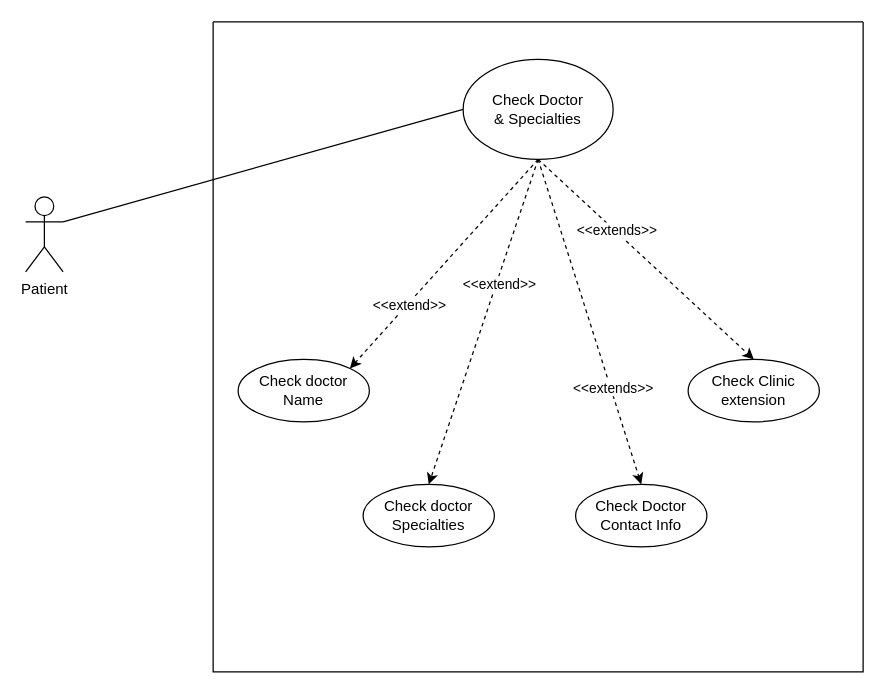
Above: Check Doc & specia.drawio in H0ud1nii/GFHMS (draw.io), before the change. Source tidied: cells renumbered, new cells numbered last; positions are measured from the earlier drawing's top-left corner, leaving out a move shared by most shapes. Both pictures are drawn from the tidied source at 125%, with x=0, y=0 at pixel (25, 21).
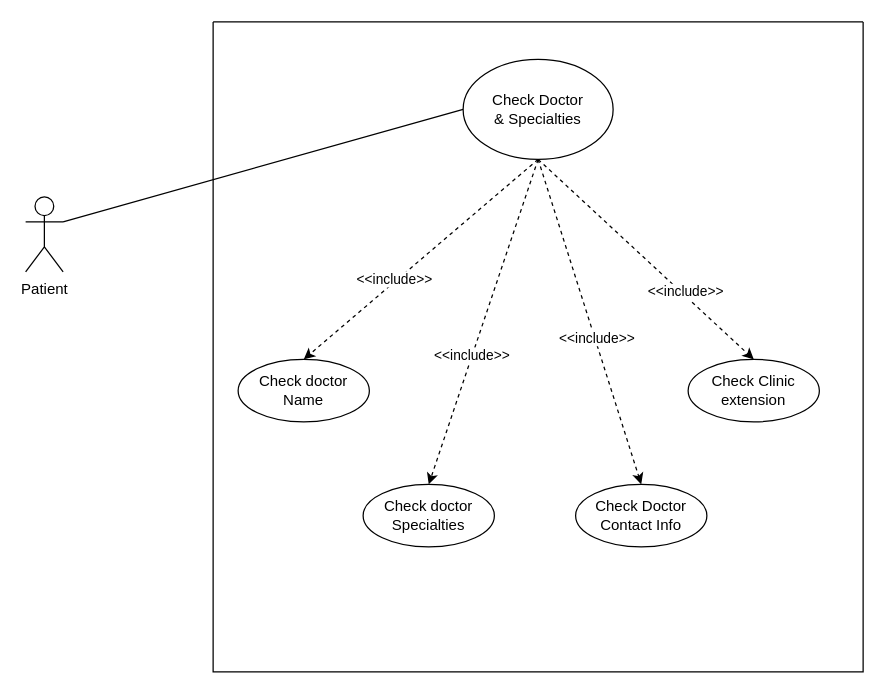
The same page after the edit.

The edit, as a diff of the source:
```diff
@@
 <mxGraphModel>
   <root>
     <mxCell id="0" />
     <mxCell id="1" parent="0" />
-    <mxCell id="2" style="swimlane;startSize=0;" parent="1" vertex="1">
+    <mxCell id="2" style="swimlane;startSize=0;sketch=0;" parent="1" vertex="1">
       <mxGeometry x="150" width="520" height="520" as="geometry" />
     </mxCell>
-    <mxCell id="3" value="&lt;div&gt;Check Clinic &lt;br&gt;&lt;/div&gt;&lt;div&gt;extension &lt;br&gt;&lt;/div&gt;" style="ellipse;whiteSpace=wrap;html=1;" parent="2" vertex="1">
+    <mxCell id="3" value="&lt;div&gt;Check Clinic &lt;br&gt;&lt;/div&gt;&lt;div&gt;extension &lt;br&gt;&lt;/div&gt;" style="ellipse;whiteSpace=wrap;html=1;sketch=0;" parent="2" vertex="1">
       <mxGeometry x="380" y="270" width="105" height="50" as="geometry" />
     </mxCell>
-    <mxCell id="4" value="Check doctor Specialties " style="ellipse;whiteSpace=wrap;html=1;" parent="2" vertex="1">
+    <mxCell id="4" value="Check doctor Specialties " style="ellipse;whiteSpace=wrap;html=1;sketch=0;" parent="2" vertex="1">
       <mxGeometry x="120" y="370" width="105" height="50" as="geometry" />
     </mxCell>
-    <mxCell id="5" value="Check doctor Name" style="ellipse;whiteSpace=wrap;html=1;" parent="2" vertex="1">
+    <mxCell id="5" value="Check doctor Name" style="ellipse;whiteSpace=wrap;html=1;sketch=0;" parent="2" vertex="1">
       <mxGeometry x="20" y="270" width="105" height="50" as="geometry" />
     </mxCell>
-    <mxCell id="6" value="&lt;div&gt;Check Doctor&lt;/div&gt;&lt;div&gt;Contact Info&lt;br&gt;&lt;/div&gt;" style="ellipse;whiteSpace=wrap;html=1;" parent="2" vertex="1">
+    <mxCell id="6" value="&lt;div&gt;Check Doctor&lt;/div&gt;&lt;div&gt;Contact Info&lt;br&gt;&lt;/div&gt;" style="ellipse;whiteSpace=wrap;html=1;sketch=0;" parent="2" vertex="1">
       <mxGeometry x="290" y="370" width="105" height="50" as="geometry" />
     </mxCell>
-    <mxCell id="7" value="&lt;div&gt;Check Doctor&lt;/div&gt;&lt;div&gt;&amp;amp; Specialties &lt;br&gt;&lt;/div&gt;" style="ellipse;whiteSpace=wrap;html=1;" parent="2" vertex="1">
+    <mxCell id="7" value="&lt;div&gt;Check Doctor&lt;/div&gt;&lt;div&gt;&amp;amp; Specialties &lt;br&gt;&lt;/div&gt;" style="ellipse;whiteSpace=wrap;html=1;sketch=0;" parent="2" vertex="1">
       <mxGeometry x="200" y="30" width="120" height="80" as="geometry" />
     </mxCell>
-    <mxCell id="8" style="endArrow=classic;html=1;rounded=0;exitX=0.5;exitY=1;exitDx=0;exitDy=0;entryX=1;entryY=0;entryDx=0;entryDy=0;dashed=1;" parent="2" edge="1" source="7" target="5">
+    <mxCell id="8" style="endArrow=classic;html=1;rounded=0;entryX=0.5;entryY=0;entryDx=0;entryDy=0;exitX=0.5;exitY=1;exitDx=0;exitDy=0;dashed=1;" parent="2" edge="1" source="7" target="5">
       <mxGeometry relative="1" as="geometry" />
     </mxCell>
-    <mxCell id="9" value="&amp;lt;&amp;lt;extend&amp;gt;&amp;gt;" style="edgeLabel;html=1;align=center;verticalAlign=middle;" parent="8" vertex="1">
-      <mxGeometry x="0.39" y="1" relative="1" as="geometry" />
-    </mxCell>
+    <mxCell id="18" value="&amp;lt;&amp;lt;include&amp;gt;&amp;gt;" style="edgeLabel;html=1;align=center;verticalAlign=middle;" parent="8" vertex="1">
+      <mxGeometry x="0.22" y="-2" relative="1" as="geometry" />
+    </mxCell>
-    <mxCell id="10" style="endArrow=classic;html=1;rounded=0;dashed=1;exitX=0.5;exitY=1;exitDx=0;exitDy=0;entryX=0.5;entryY=0;entryDx=0;entryDy=0;" parent="2" edge="1" source="7" target="4">
+    <mxCell id="10" style="endArrow=classic;html=1;rounded=0;exitX=0.5;exitY=1;exitDx=0;exitDy=0;entryX=0.5;entryY=0;entryDx=0;entryDy=0;dashed=1;" parent="2" edge="1" source="7" target="4">
       <mxGeometry relative="1" as="geometry" />
     </mxCell>
-    <mxCell id="11" value="&amp;lt;&amp;lt;extend&amp;gt;&amp;gt;" style="edgeLabel;html=1;align=center;verticalAlign=middle;" parent="10" vertex="1">
-      <mxGeometry x="-0.24" y="2" relative="1" as="geometry" />
-    </mxCell>
+    <mxCell id="19" value="&amp;lt;&amp;lt;include&amp;gt;&amp;gt;" style="edgeLabel;html=1;align=center;verticalAlign=middle;" parent="10" vertex="1">
+      <mxGeometry x="0.2" y="-1" relative="1" as="geometry" />
+    </mxCell>
-    <mxCell id="12" style="endArrow=classic;html=1;rounded=0;dashed=1;exitX=0.5;exitY=1;exitDx=0;exitDy=0;entryX=0.5;entryY=0;entryDx=0;entryDy=0;" parent="2" edge="1" source="7" target="6">
+    <mxCell id="12" style="endArrow=classic;html=1;rounded=0;exitX=0.5;exitY=1;exitDx=0;exitDy=0;entryX=0.5;entryY=0;entryDx=0;entryDy=0;dashed=1;" parent="2" edge="1" source="7" target="6">
       <mxGeometry relative="1" as="geometry" />
     </mxCell>
-    <mxCell id="13" value="&amp;lt;&amp;lt;extends&amp;gt;&amp;gt;" style="edgeLabel;html=1;align=center;verticalAlign=middle;" parent="12" vertex="1">
-      <mxGeometry x="0.41" y="1" relative="1" as="geometry" />
-    </mxCell>
+    <mxCell id="20" value="&amp;lt;&amp;lt;include&amp;gt;&amp;gt;" style="edgeLabel;html=1;align=center;verticalAlign=middle;" parent="12" vertex="1">
+      <mxGeometry x="0.1" y="1" relative="1" as="geometry" />
+    </mxCell>
-    <mxCell id="14" style="endArrow=classic;html=1;rounded=0;dashed=1;exitX=0.5;exitY=1;exitDx=0;exitDy=0;entryX=0.5;entryY=0;entryDx=0;entryDy=0;" parent="2" edge="1" source="7" target="3">
+    <mxCell id="14" style="endArrow=classic;html=1;rounded=0;exitX=0.5;exitY=1;exitDx=0;exitDy=0;entryX=0.5;entryY=0;entryDx=0;entryDy=0;dashed=1;" parent="2" edge="1" source="7" target="3">
       <mxGeometry relative="1" as="geometry" />
     </mxCell>
-    <mxCell id="15" value="&amp;lt;&amp;lt;extends&amp;gt;&amp;gt;" style="edgeLabel;html=1;align=center;verticalAlign=middle;" parent="14" vertex="1">
-      <mxGeometry x="-0.29" y="1" relative="1" as="geometry" />
-    </mxCell>
+    <mxCell id="21" value="&amp;lt;&amp;lt;include&amp;gt;&amp;gt;" style="edgeLabel;html=1;align=center;verticalAlign=middle;" parent="14" vertex="1">
+      <mxGeometry x="0.34" y="2" relative="1" as="geometry" />
+    </mxCell>
-    <mxCell id="16" value="Patient" style="shape=umlActor;verticalLabelPosition=bottom;verticalAlign=top;html=1;outlineConnect=0;" parent="1" vertex="1">
+    <mxCell id="16" value="Patient" style="shape=umlActor;verticalLabelPosition=bottom;verticalAlign=top;html=1;outlineConnect=0;sketch=0;" parent="1" vertex="1">
       <mxGeometry y="140" width="30" height="60" as="geometry" />
     </mxCell>
-    <mxCell id="17" style="endArrow=none;html=1;rounded=0;entryX=0;entryY=0.5;entryDx=0;entryDy=0;exitX=1;exitY=0.3333333333333333;exitDx=0;exitDy=0;exitPerimeter=0;" parent="1" edge="1" source="16" target="7">
+    <mxCell id="17" style="endArrow=none;html=1;rounded=0;entryX=0;entryY=0.5;entryDx=0;entryDy=0;exitX=1;exitY=0.3333333333333333;exitDx=0;exitDy=0;exitPerimeter=0;sketch=0;" parent="1" edge="1" source="16" target="7">
       <mxGeometry relative="1" as="geometry" />
     </mxCell>
   </root>
 </mxGraphModel>
```
